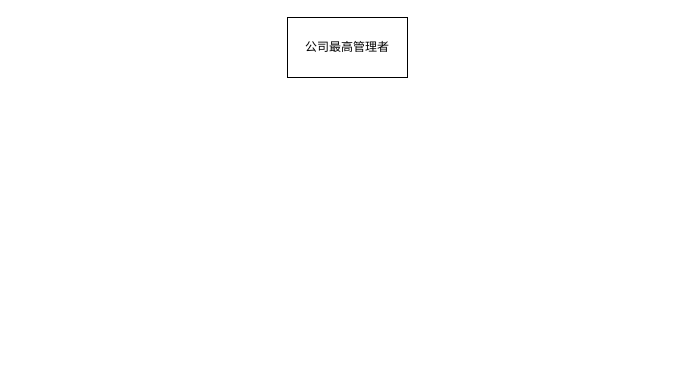
Before: diagrams/test.drawio in dengyulong/PublicStore, a draw.io diagram. Source tidied: cells renumbered, new cells numbered last; positions are measured from the earlier drawing's top-left corner, leaving out a move shared by most shapes. Both pictures are drawn from the tidied source at 100%, with x=0, y=0 at pixel (287, 17).
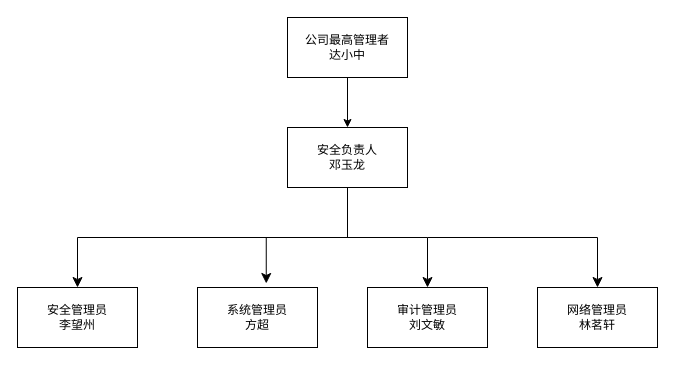
Above is the later version.

What changed in the source:
```diff
@@
 <mxGraphModel>
   <root>
     <mxCell id="0" />
     <mxCell id="1" parent="0" />
+    <mxCell id="3" style="edgeStyle=orthogonalEdgeStyle;rounded=0;jettySize=auto;html=1;" parent="1" edge="1" source="2" target="4">
+      <mxGeometry relative="1" as="geometry" />
+    </mxCell>
-    <mxCell id="2" value="公司最高管理者" style="rounded=0;whiteSpace=wrap;html=1;" parent="1" vertex="1">
+    <mxCell id="2" value="公司最高管理者&lt;br&gt;达小中" style="rounded=0;whiteSpace=wrap;html=1;" parent="1" vertex="1">
       <mxGeometry width="120" height="60" as="geometry" />
     </mxCell>
+    <mxCell id="4" value="安全负责人&lt;br&gt;邓玉龙" style="rounded=0;whiteSpace=wrap;html=1;" parent="1" vertex="1">
+      <mxGeometry y="110" width="120" height="60" as="geometry" />
+    </mxCell>
+    <mxCell id="5" value="安全管理员&lt;br&gt;李望州" style="rounded=0;whiteSpace=wrap;html=1;" parent="1" vertex="1">
+      <mxGeometry x="-270" y="270" width="120" height="60" as="geometry" />
+    </mxCell>
+    <mxCell id="6" value="系统管理员&lt;br&gt;方超" style="rounded=0;whiteSpace=wrap;html=1;" parent="1" vertex="1">
+      <mxGeometry x="-90" y="270" width="120" height="60" as="geometry" />
+    </mxCell>
+    <mxCell id="7" value="审计管理员&lt;br&gt;刘文敏" style="rounded=0;whiteSpace=wrap;html=1;" parent="1" vertex="1">
+      <mxGeometry x="80" y="270" width="120" height="60" as="geometry" />
+    </mxCell>
+    <mxCell id="8" value="网络管理员&lt;br&gt;林茗轩" style="rounded=0;whiteSpace=wrap;html=1;" parent="1" vertex="1">
+      <mxGeometry x="250" y="270" width="120" height="60" as="geometry" />
+    </mxCell>
+    <mxCell id="9" style="edgeStyle=elbowEdgeStyle;elbow=vertical;endArrow=classic;html=1;curved=0;rounded=0;endSize=8;startSize=8;entryX=0.5;entryY=0;entryDx=0;entryDy=0;" parent="1" edge="1" source="4" target="5">
+      <mxGeometry relative="1" as="geometry" />
+    </mxCell>
+    <mxCell id="10" style="edgeStyle=elbowEdgeStyle;elbow=vertical;endArrow=classic;html=1;curved=0;rounded=0;endSize=8;startSize=8;entryX=0.573;entryY=-0.067;entryDx=0;entryDy=0;entryPerimeter=0;" parent="1" edge="1" target="6">
+      <mxGeometry relative="1" as="geometry">
+        <mxPoint x="24" y="220" as="sourcePoint" />
+        <Array as="points">
+          <mxPoint y="220" />
+        </Array>
+      </mxGeometry>
+    </mxCell>
+    <mxCell id="11" style="edgeStyle=elbowEdgeStyle;elbow=vertical;endArrow=classic;html=1;curved=0;rounded=0;endSize=8;startSize=8;entryX=0.5;entryY=0;entryDx=0;entryDy=0;" parent="1" edge="1" target="7">
+      <mxGeometry relative="1" as="geometry">
+        <mxPoint x="20" y="220" as="sourcePoint" />
+        <Array as="points">
+          <mxPoint x="110" y="220" />
+        </Array>
+      </mxGeometry>
+    </mxCell>
+    <mxCell id="12" style="edgeStyle=elbowEdgeStyle;elbow=vertical;endArrow=classic;html=1;curved=0;rounded=0;endSize=8;startSize=8;entryX=0.5;entryY=0;entryDx=0;entryDy=0;" parent="1" edge="1" target="8">
+      <mxGeometry relative="1" as="geometry">
+        <mxPoint x="140" y="220" as="sourcePoint" />
+        <Array as="points">
+          <mxPoint x="270" y="220" />
+        </Array>
+      </mxGeometry>
+    </mxCell>
   </root>
 </mxGraphModel>
```
